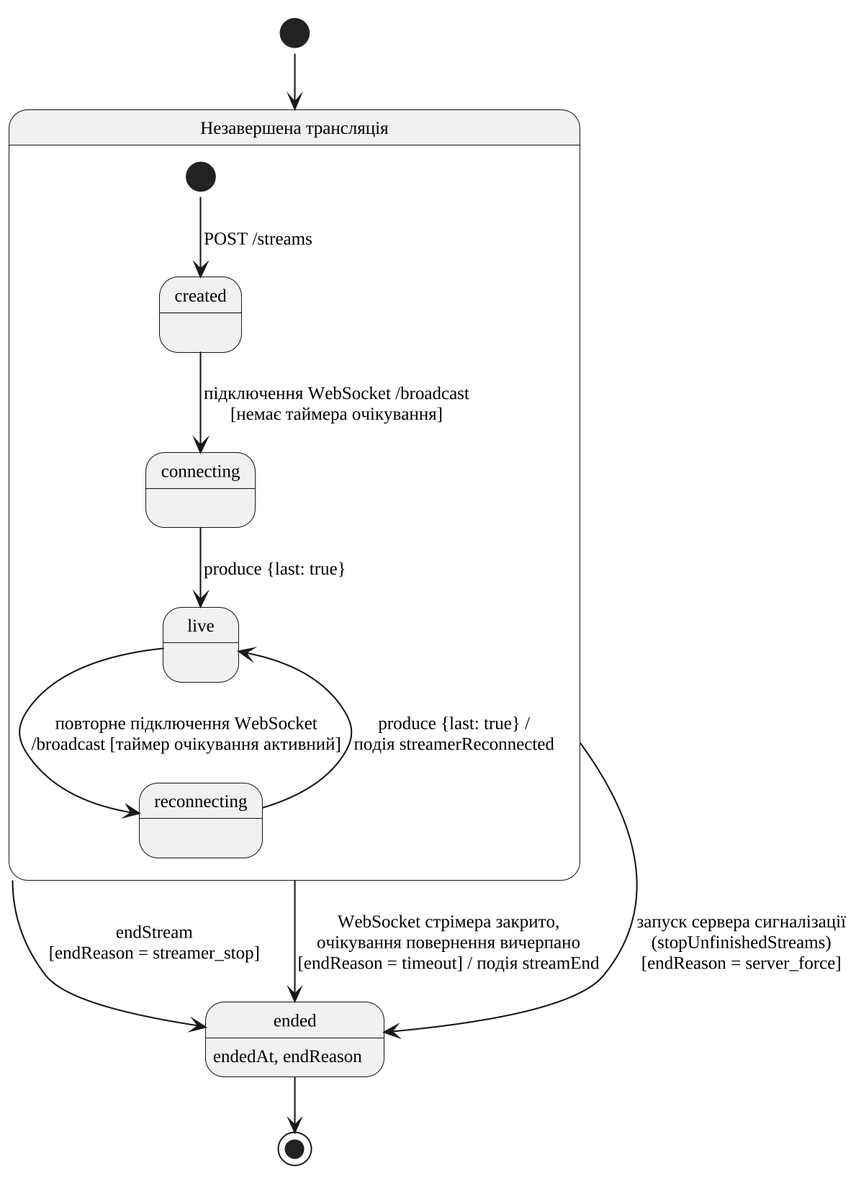
This is thesis/diagrams/fig-state-stream.png from Nikitos1926/stream-share, a PlantUML export, as it was before one commit. Source of this version:
```plantuml
@startuml
!pragma layout smetana
skinparam defaultFontName "Liberation Serif"
skinparam dpi 200
skinparam shadowing false
skinparam monochrome true
skinparam defaultFontSize 12

state "Незавершена трансляція" as Active {
  state "created" as created
  state "connecting" as connecting
  state "live" as live
  state "reconnecting" as reconnecting

  [*] --> created : POST /streams
  created --> connecting : підключення WebSocket /broadcast\n[немає таймера очікування]
  connecting --> live : produce {last: true}
  live --> reconnecting : повторне підключення WebSocket\n/broadcast [таймер очікування активний]
  reconnecting --> live : produce {last: true} /\nподія streamerReconnected
}

state "ended" as ended : endedAt, endReason

[*] --> Active
Active --> ended : endStream\n[endReason = streamer_stop]
Active --> ended : WebSocket стрімера закрито,\nочікування повернення вичерпано\n[endReason = timeout] / подія streamEnd
Active --> ended : запуск сервера сигналізації\n(stopUnfinishedStreams)\n[endReason = server_force]
ended --> [*]
@enduml
```
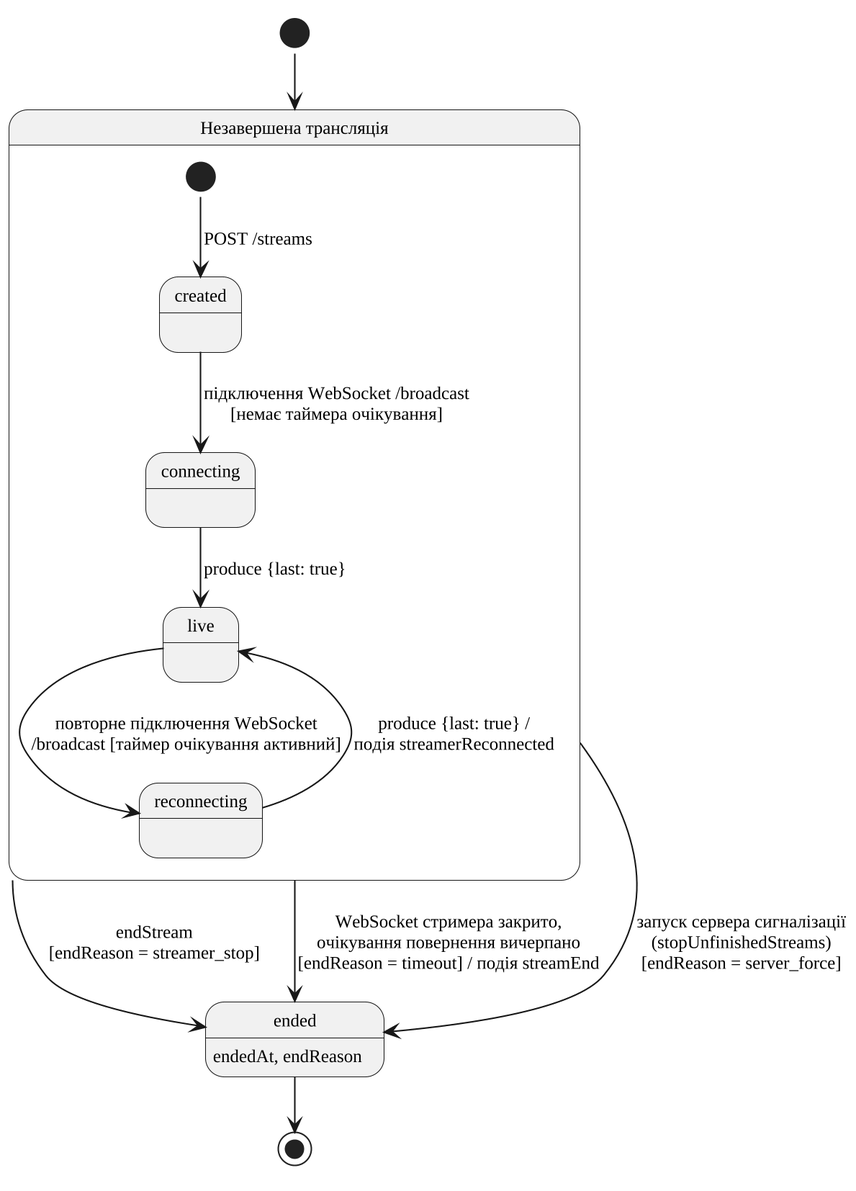
After the commit.

What changed in the source:
```diff
@@ -23,7 +23,7 @@
 
 [*] --> Active
 Active --> ended : endStream\n[endReason = streamer_stop]
-Active --> ended : WebSocket стрімера закрито,\nочікування повернення вичерпано\n[endReason = timeout] / подія streamEnd
+Active --> ended : WebSocket стримера закрито,\nочікування повернення вичерпано\n[endReason = timeout] / подія streamEnd
 Active --> ended : запуск сервера сигналізації\n(stopUnfinishedStreams)\n[endReason = server_force]
 ended --> [*]
 @enduml
```
